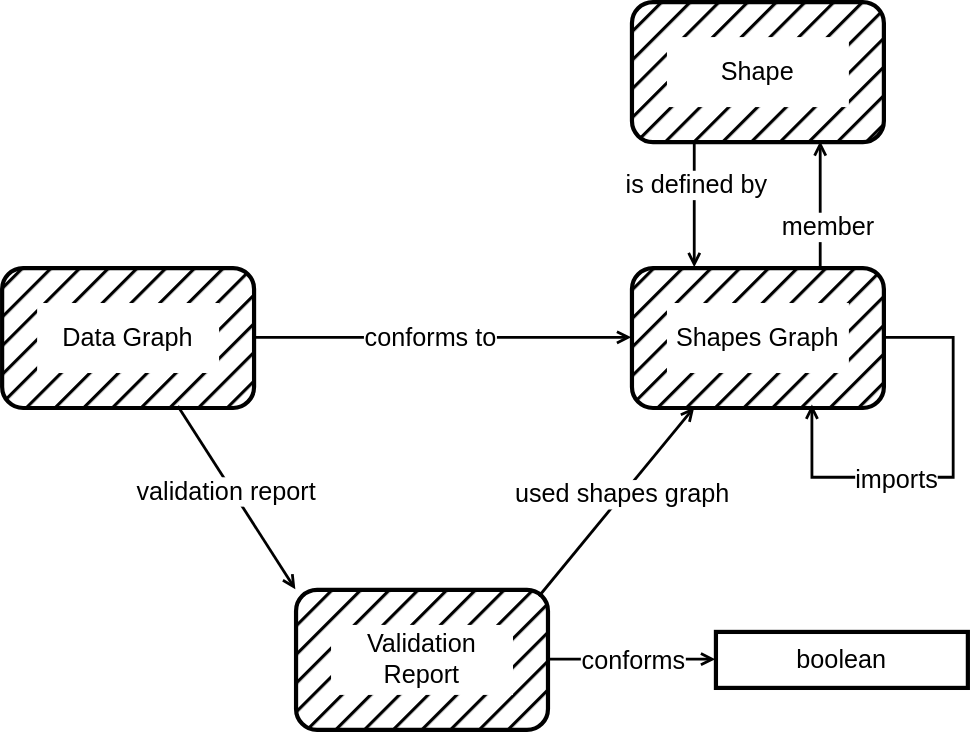
Above: shacl12-profiling/img/vocab.svg in w3c/data-shapes (draw.io), before the change. Source tidied: cells renumbered, new cells last; positions are measured from the earlier drawing's top-left corner, leaving out a move shared by most shapes.
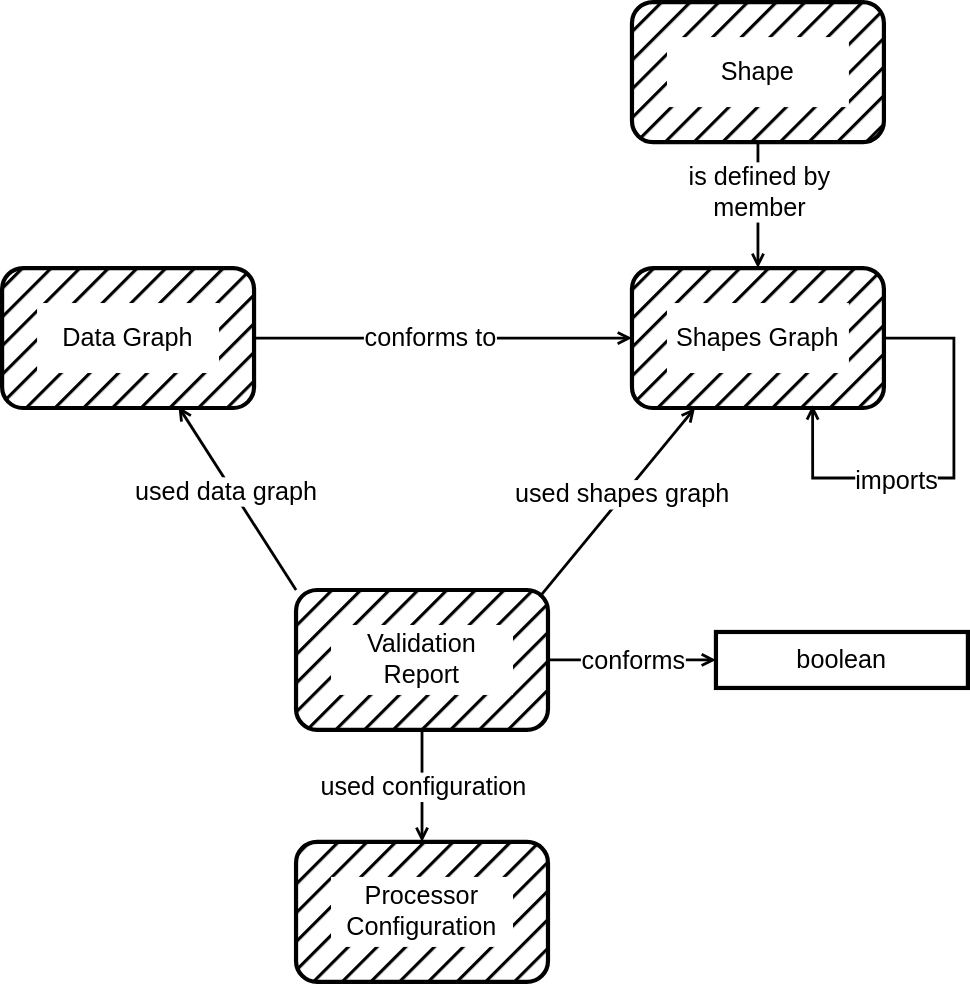
After the change.

Commit message:
Update profiling diagrams

Change to the diagram source:
```diff
@@ -2,12 +2,12 @@
   <root>
     <mxCell id="0" />
     <mxCell id="1" parent="0" />
-    <mxCell id="2" style="edgeStyle=orthogonalEdgeStyle;rounded=0;jettySize=auto;html=1;endArrow=none;endFill=0;strokeWidth=2;startArrow=open;startFill=0;exitX=0.25;exitY=0;exitDx=0;exitDy=0;entryX=0.25;entryY=1;entryDx=0;entryDy=0;" parent="1" edge="1" source="22" target="25">
+    <mxCell id="2" style="edgeStyle=orthogonalEdgeStyle;rounded=0;jettySize=auto;html=1;endArrow=none;endFill=0;strokeWidth=2;startArrow=open;startFill=0;exitX=0.5;exitY=0;exitDx=0;exitDy=0;entryX=0.5;entryY=1;entryDx=0;entryDy=0;" parent="1" edge="1" source="22" target="25">
       <mxGeometry relative="1" as="geometry" />
     </mxCell>
-    <mxCell id="3" value="&lt;font style=&quot;font-size: 18px;&quot;&gt;is defined by&lt;/font&gt;" style="edgeLabel;html=1;align=center;verticalAlign=middle;" parent="2" vertex="1">
+    <mxCell id="3" value="&lt;font style=&quot;font-size: 18px;&quot;&gt;is defined by&lt;br&gt;member&lt;/font&gt;" style="edgeLabel;html=1;align=center;verticalAlign=middle;" parent="2" vertex="1">
       <mxGeometry x="0.23" y="2" relative="1" as="geometry">
-        <mxPoint x="2" y="-5" as="offset" />
+        <mxPoint x="2" as="offset" />
       </mxGeometry>
     </mxCell>
     <mxCell id="4" style="edgeStyle=orthogonalEdgeStyle;rounded=0;jettySize=auto;html=1;endArrow=open;endFill=0;strokeWidth=2;entryX=0;entryY=0.5;entryDx=0;entryDy=0;exitX=1;exitY=0.5;exitDx=0;exitDy=0;" parent="1" edge="1" source="17" target="22">
@@ -16,10 +16,10 @@
     <mxCell id="5" value="conforms to" style="edgeLabel;html=1;align=center;verticalAlign=middle;fontSize=18;" parent="4" vertex="1">
       <mxGeometry x="-0.07" y="1" relative="1" as="geometry" />
     </mxCell>
-    <mxCell id="6" style="rounded=0;jettySize=auto;html=1;entryX=0;entryY=0;entryDx=0;entryDy=0;endArrow=open;endFill=0;strokeWidth=2;exitX=0.7;exitY=0.99;exitDx=0;exitDy=0;exitPerimeter=0;" parent="1" edge="1" source="17" target="14">
+    <mxCell id="6" style="rounded=0;jettySize=auto;html=1;entryX=0;entryY=0;entryDx=0;entryDy=0;endArrow=none;endFill=0;strokeWidth=2;exitX=0.7;exitY=0.99;exitDx=0;exitDy=0;exitPerimeter=0;startArrow=open;startFill=0;" parent="1" edge="1" source="17" target="14">
       <mxGeometry relative="1" as="geometry" />
     </mxCell>
-    <mxCell id="7" value="validation report" style="edgeLabel;html=1;align=center;verticalAlign=middle;fontSize=18;" parent="6" vertex="1">
+    <mxCell id="7" value="used data graph" style="edgeLabel;html=1;align=center;verticalAlign=middle;fontSize=18;" parent="6" vertex="1">
       <mxGeometry x="-0.24" y="2" relative="1" as="geometry">
         <mxPoint y="12" as="offset" />
       </mxGeometry>
@@ -44,7 +44,7 @@
     <mxCell id="13" style="group;fontSize=18;" parent="1" vertex="1">
       <mxGeometry x="210" y="420" width="180" height="100" as="geometry" />
     </mxCell>
-    <mxCell id="14" style="rounded=1;whiteSpace=wrap;html=1;fillStyle=hatch;fillColor=light-dark(#000000, #512d2b);strokeColor=#000000;strokeWidth=3;" parent="13" vertex="1">
+    <mxCell id="14" style="rounded=1;whiteSpace=wrap;html=1;fillStyle=hatch;fillColor=light-dark(#000000, #512d2b);strokeColor=default;strokeWidth=3;" parent="13" vertex="1">
       <mxGeometry width="180" height="100" as="geometry" />
     </mxCell>
     <mxCell id="15" value="Validation Report" style="text;html=1;whiteSpace=wrap;strokeColor=none;fillColor=default;align=center;verticalAlign=middle;rounded=0;fillStyle=solid;perimeterSpacing=8;fontSize=18;" parent="13" vertex="1">
@@ -53,13 +53,13 @@
     <mxCell id="16" style="group;fontSize=18;" parent="1" vertex="1">
       <mxGeometry y="190" width="180" height="100" as="geometry" />
     </mxCell>
-    <mxCell id="17" style="rounded=1;whiteSpace=wrap;html=1;fillStyle=hatch;fillColor=light-dark(#000000, #512d2b);strokeColor=#000000;strokeWidth=3;" parent="16" vertex="1">
+    <mxCell id="17" style="rounded=1;whiteSpace=wrap;html=1;fillStyle=hatch;fillColor=light-dark(#000000, #512d2b);strokeColor=default;strokeWidth=3;" parent="16" vertex="1">
       <mxGeometry width="180" height="100" as="geometry" />
     </mxCell>
     <mxCell id="18" value="&lt;font style=&quot;font-size: 18px;&quot;&gt;Data Graph&lt;/font&gt;" style="text;html=1;whiteSpace=wrap;strokeColor=none;fillColor=default;align=center;verticalAlign=middle;rounded=0;fillStyle=solid;perimeterSpacing=8;" parent="16" vertex="1">
       <mxGeometry x="25" y="25" width="130" height="50" as="geometry" />
     </mxCell>
-    <mxCell id="19" style="group;fontSize=18;strokeWidth=2;" parent="1" vertex="1">
+    <mxCell id="19" style="group;fontSize=18;strokeWidth=2;strokeColor=none;" parent="1" vertex="1">
       <mxGeometry x="450" y="190" width="180" height="100" as="geometry" />
     </mxCell>
     <mxCell id="20" style="edgeStyle=orthogonalEdgeStyle;rounded=0;orthogonalLoop=1;jettySize=auto;html=1;entryX=0.717;entryY=0.98;entryDx=0;entryDy=0;entryPerimeter=0;strokeWidth=2;endArrow=open;endFill=0;" parent="19" edge="1" source="22" target="22">
@@ -76,7 +76,7 @@
         <mxPoint x="17" as="offset" />
       </mxGeometry>
     </mxCell>
-    <mxCell id="22" style="rounded=1;whiteSpace=wrap;html=1;fillStyle=hatch;fillColor=light-dark(#000000, #512d2b);strokeColor=#000000;strokeWidth=3;" parent="19" vertex="1">
+    <mxCell id="22" style="rounded=1;whiteSpace=wrap;html=1;fillStyle=hatch;fillColor=light-dark(#000000, #512d2b);strokeColor=default;strokeWidth=3;" parent="19" vertex="1">
       <mxGeometry width="180" height="100" as="geometry" />
     </mxCell>
     <mxCell id="23" value="&lt;font style=&quot;font-size: 18px;&quot;&gt;Shapes Graph&lt;/font&gt;" style="text;html=1;whiteSpace=wrap;strokeColor=none;fillColor=default;align=center;verticalAlign=middle;rounded=0;fillStyle=solid;perimeterSpacing=8;" parent="19" vertex="1">
@@ -85,19 +85,28 @@
     <mxCell id="24" style="group;fontSize=18;" parent="1" vertex="1">
       <mxGeometry x="450" width="180" height="100" as="geometry" />
     </mxCell>
-    <mxCell id="25" style="rounded=1;whiteSpace=wrap;html=1;fillStyle=hatch;fillColor=light-dark(#000000, #512d2b);strokeColor=#000000;strokeWidth=3;" parent="24" vertex="1">
+    <mxCell id="25" style="rounded=1;whiteSpace=wrap;html=1;fillStyle=hatch;fillColor=light-dark(#000000, #512d2b);strokeColor=default;strokeWidth=3;" parent="24" vertex="1">
       <mxGeometry width="180" height="100" as="geometry" />
     </mxCell>
     <mxCell id="26" value="Shape" style="text;html=1;whiteSpace=wrap;strokeColor=none;fillColor=default;align=center;verticalAlign=middle;rounded=0;fillStyle=solid;perimeterSpacing=8;fontSize=18;" parent="24" vertex="1">
       <mxGeometry x="25" y="25" width="130" height="50" as="geometry" />
     </mxCell>
-    <mxCell id="27" style="edgeStyle=orthogonalEdgeStyle;rounded=0;jettySize=auto;html=1;endArrow=none;endFill=0;strokeWidth=2;startArrow=open;startFill=0;exitX=0.75;exitY=1;exitDx=0;exitDy=0;entryX=0.75;entryY=0;entryDx=0;entryDy=0;" parent="1" edge="1" source="25" target="22">
-      <mxGeometry relative="1" as="geometry" />
-    </mxCell>
-    <mxCell id="28" value="member" style="edgeLabel;html=1;align=center;verticalAlign=middle;fontSize=18;" parent="27" vertex="1">
-      <mxGeometry x="0.23" y="2" relative="1" as="geometry">
-        <mxPoint x="2" y="5" as="offset" />
-      </mxGeometry>
-    </mxCell>
+    <mxCell id="29" style="group;fontSize=18;" parent="1" vertex="1">
+      <mxGeometry x="210" y="600" width="180" height="100" as="geometry" />
+    </mxCell>
+    <mxCell id="30" style="rounded=1;whiteSpace=wrap;html=1;fillStyle=hatch;fillColor=light-dark(#000000, #512d2b);strokeColor=default;strokeWidth=3;" parent="29" vertex="1">
+      <mxGeometry width="180" height="100" as="geometry" />
+    </mxCell>
+    <mxCell id="31" value="Processor Configuration" style="text;html=1;whiteSpace=wrap;strokeColor=none;fillColor=default;align=center;verticalAlign=middle;rounded=0;fillStyle=solid;perimeterSpacing=8;fontSize=18;" parent="29" vertex="1">
+      <mxGeometry x="25" y="25" width="130" height="50" as="geometry" />
+    </mxCell>
+    <mxCell id="32" style="rounded=0;jettySize=auto;html=1;endArrow=open;endFill=0;strokeWidth=2;exitX=0.5;exitY=1;exitDx=0;exitDy=0;entryX=0.5;entryY=0;entryDx=0;entryDy=0;" parent="1" edge="1" source="14" target="30">
+      <mxGeometry relative="1" as="geometry" />
+    </mxCell>
+    <mxCell id="33" value="used configuration" style="edgeLabel;html=1;align=center;verticalAlign=middle;fontSize=18;" parent="32" vertex="1">
+      <mxGeometry x="0.08" y="2" relative="1" as="geometry">
+        <mxPoint x="-2" y="-3" as="offset" />
+      </mxGeometry>
+    </mxCell>
   </root>
 </mxGraphModel>
```
